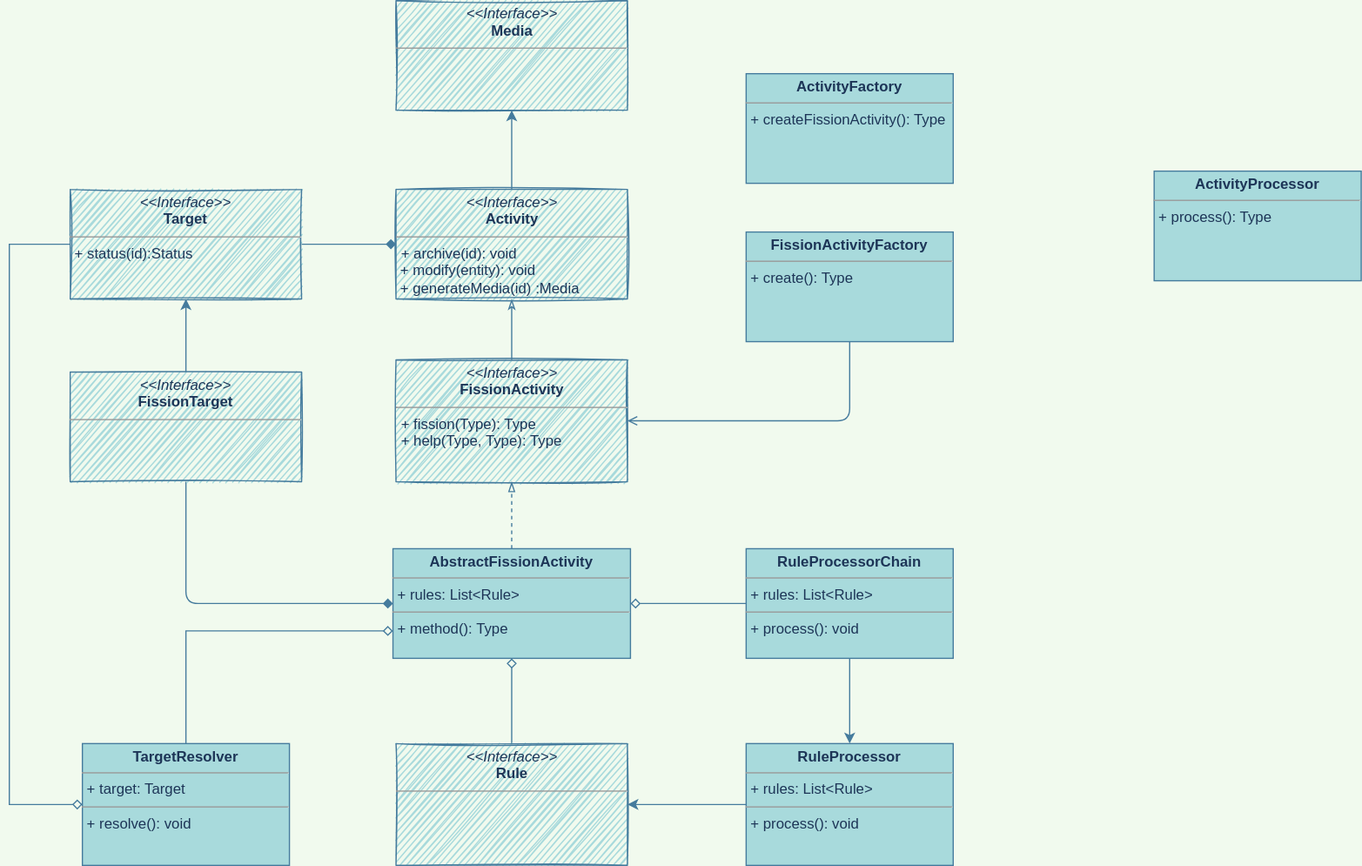
Earlier version of the draw.io export fission activity.svg (jingwux/diagrams). Source tidied: cells renumbered, new cells last; positions are measured from the earlier drawing's top-left corner, leaving out a move shared by most shapes.
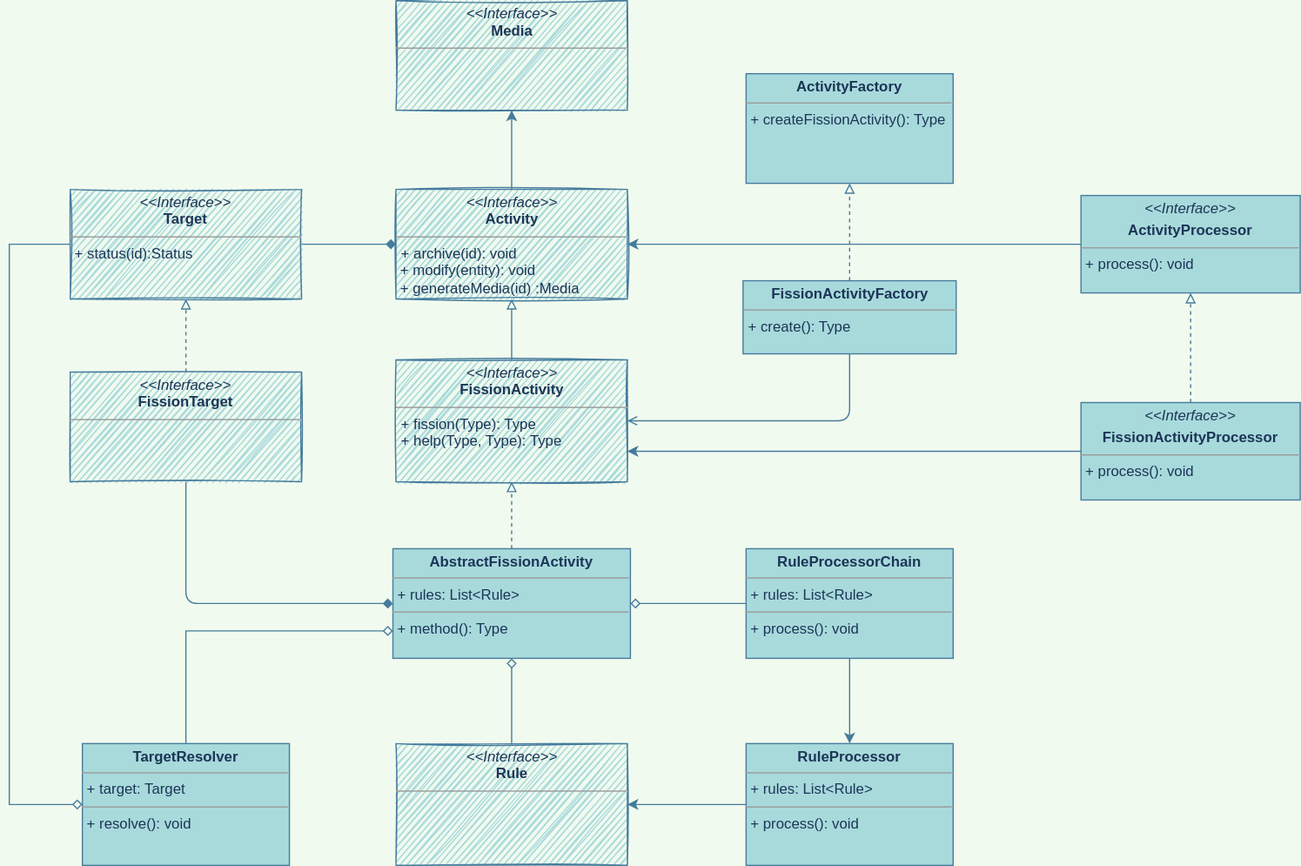
The same file after the commit.

Change to the diagram source:
```diff
@@ -2,7 +2,7 @@
   <root>
     <mxCell id="0" />
     <mxCell id="1" parent="0" />
-    <mxCell id="2" style="edgeStyle=orthogonalEdgeStyle;jettySize=auto;html=1;exitX=0.5;exitY=0;exitDx=0;exitDy=0;entryX=0.5;entryY=1;entryDx=0;entryDy=0;endArrow=classicThin;endFill=0;strokeColor=#457B9D;fontColor=#1D3557;labelBackgroundColor=#F1FAEE;" parent="1" edge="1" source="3" target="6">
+    <mxCell id="2" style="edgeStyle=orthogonalEdgeStyle;jettySize=auto;html=1;exitX=0.5;exitY=0;exitDx=0;exitDy=0;entryX=0.5;entryY=1;entryDx=0;entryDy=0;endArrow=block;endFill=0;strokeColor=#457B9D;fontColor=#1D3557;labelBackgroundColor=#F1FAEE;" parent="1" edge="1" source="3" target="6">
       <mxGeometry relative="1" as="geometry" />
     </mxCell>
     <mxCell id="3" value="&lt;p style=&quot;margin: 0px ; margin-top: 4px ; text-align: center&quot;&gt;&lt;i&gt;&amp;lt;&amp;lt;Interface&amp;gt;&amp;gt;&lt;/i&gt;&lt;br&gt;&lt;b&gt;FissionActivity&lt;/b&gt;&lt;/p&gt;&lt;hr size=&quot;1&quot;&gt;&lt;p style=&quot;margin: 0px ; margin-left: 4px&quot;&gt;&lt;/p&gt;&lt;p style=&quot;margin: 0px ; margin-left: 4px&quot;&gt;+ fission(Type): Type&lt;br&gt;+ help(Type, Type): Type&lt;/p&gt;" style="verticalAlign=top;align=left;overflow=fill;fontSize=12;fontFamily=Helvetica;html=1;strokeColor=#457B9D;fontColor=#1D3557;rounded=0;glass=0;sketch=1;fillColor=#A8DADC;" parent="1" vertex="1">
@@ -17,7 +17,7 @@
     <mxCell id="6" value="&lt;p style=&quot;margin: 0px ; margin-top: 4px ; text-align: center&quot;&gt;&lt;i&gt;&amp;lt;&amp;lt;Interface&amp;gt;&amp;gt;&lt;/i&gt;&lt;br&gt;&lt;b&gt;Activity&lt;/b&gt;&lt;/p&gt;&lt;hr size=&quot;1&quot;&gt;&lt;p style=&quot;margin: 0px ; margin-left: 4px&quot;&gt;&lt;/p&gt;&lt;p style=&quot;margin: 0px ; margin-left: 4px&quot;&gt;&lt;span&gt;+ archive(id): void&lt;/span&gt;&lt;br&gt;&lt;/p&gt;&amp;nbsp;+ modify(entity): void&lt;br&gt;&amp;nbsp;+ generateMedia(id) :Media" style="verticalAlign=top;align=left;overflow=fill;fontSize=12;fontFamily=Helvetica;html=1;fillColor=#A8DADC;strokeColor=#457B9D;fontColor=#1D3557;sketch=1;" parent="1" vertex="1">
       <mxGeometry x="317.5" y="155" width="190" height="90" as="geometry" />
     </mxCell>
-    <mxCell id="7" style="edgeStyle=orthogonalEdgeStyle;jettySize=auto;html=1;exitX=0.5;exitY=0;exitDx=0;exitDy=0;endArrow=blockThin;endFill=0;dashed=1;strokeColor=#457B9D;fontColor=#1D3557;labelBackgroundColor=#F1FAEE;" parent="1" edge="1" source="12" target="3">
+    <mxCell id="7" style="edgeStyle=orthogonalEdgeStyle;jettySize=auto;html=1;exitX=0.5;exitY=0;exitDx=0;exitDy=0;endArrow=block;endFill=0;dashed=1;strokeColor=#457B9D;fontColor=#1D3557;labelBackgroundColor=#F1FAEE;" parent="1" edge="1" source="12" target="3">
       <mxGeometry relative="1" as="geometry" />
     </mxCell>
     <mxCell id="8" style="edgeStyle=orthogonalEdgeStyle;rounded=1;jettySize=auto;html=1;entryX=0.5;entryY=1;entryDx=0;entryDy=0;endArrow=none;endFill=0;strokeColor=#457B9D;fontColor=#1D3557;startArrow=diamond;startFill=1;exitX=0;exitY=0.5;exitDx=0;exitDy=0;labelBackgroundColor=#F1FAEE;" parent="1" edge="1" source="12" target="14">
@@ -39,21 +39,25 @@
     <mxCell id="12" value="&lt;p style=&quot;margin: 0px ; margin-top: 4px ; text-align: center&quot;&gt;&lt;b&gt;AbstractFissionActivity&lt;/b&gt;&lt;/p&gt;&lt;hr size=&quot;1&quot;&gt;&lt;p style=&quot;margin: 0px ; margin-left: 4px&quot;&gt;+ rules: List&amp;lt;Rule&amp;gt;&lt;/p&gt;&lt;hr size=&quot;1&quot;&gt;&lt;p style=&quot;margin: 0px ; margin-left: 4px&quot;&gt;+ method(): Type&lt;/p&gt;" style="verticalAlign=top;align=left;overflow=fill;fontSize=12;fontFamily=Helvetica;html=1;fillColor=#A8DADC;strokeColor=#457B9D;fontColor=#1D3557;" parent="1" vertex="1">
       <mxGeometry x="315" y="450" width="195" height="90" as="geometry" />
     </mxCell>
-    <mxCell id="13" style="edgeStyle=orthogonalEdgeStyle;rounded=1;jettySize=auto;html=1;exitX=0.5;exitY=0;exitDx=0;exitDy=0;strokeColor=#457B9D;fontColor=#1D3557;labelBackgroundColor=#F1FAEE;" parent="1" edge="1" source="14" target="17">
+    <mxCell id="13" style="edgeStyle=orthogonalEdgeStyle;rounded=1;jettySize=auto;html=1;exitX=0.5;exitY=0;exitDx=0;exitDy=0;strokeColor=#457B9D;fontColor=#1D3557;labelBackgroundColor=#F1FAEE;dashed=1;endArrow=block;endFill=0;" parent="1" edge="1" source="14" target="17">
       <mxGeometry relative="1" as="geometry" />
     </mxCell>
     <mxCell id="14" value="&lt;p style=&quot;margin: 0px ; margin-top: 4px ; text-align: center&quot;&gt;&lt;i&gt;&amp;lt;&amp;lt;Interface&amp;gt;&amp;gt;&lt;/i&gt;&lt;br&gt;&lt;b&gt;FissionTarget&lt;/b&gt;&lt;/p&gt;&lt;hr size=&quot;1&quot;&gt;&lt;p style=&quot;margin: 0px ; margin-left: 4px&quot;&gt;&lt;/p&gt;&lt;p style=&quot;margin: 0px ; margin-left: 4px&quot;&gt;&lt;br&gt;&lt;/p&gt;" style="verticalAlign=top;align=left;overflow=fill;fontSize=12;fontFamily=Helvetica;html=1;strokeColor=#457B9D;fontColor=#1D3557;rounded=0;glass=0;sketch=1;fillColor=#A8DADC;" parent="1" vertex="1">
       <mxGeometry x="50" y="305" width="190" height="90" as="geometry" />
     </mxCell>
-    <mxCell id="15" style="edgeStyle=orthogonalEdgeStyle;rounded=1;jettySize=auto;html=1;exitX=0.5;exitY=1;exitDx=0;exitDy=0;entryX=1;entryY=0.5;entryDx=0;entryDy=0;fontColor=#1D3557;startArrow=none;startFill=0;endArrow=open;endFill=0;strokeColor=#457B9D;labelBackgroundColor=#F1FAEE;" parent="1" edge="1" source="16" target="3">
+    <mxCell id="15" style="edgeStyle=orthogonalEdgeStyle;rounded=1;jettySize=auto;html=1;entryX=1;entryY=0.5;entryDx=0;entryDy=0;fontColor=#1D3557;startArrow=none;startFill=0;endArrow=open;endFill=0;strokeColor=#457B9D;labelBackgroundColor=#F1FAEE;exitX=0.5;exitY=1;exitDx=0;exitDy=0;" parent="1" edge="1" source="16" target="3">
       <mxGeometry relative="1" as="geometry">
         <Array as="points">
+          <mxPoint x="690" y="280" />
           <mxPoint x="690" y="345" />
         </Array>
       </mxGeometry>
     </mxCell>
+    <mxCell id="28" style="edgeStyle=orthogonalEdgeStyle;curved=0;rounded=1;sketch=0;jettySize=auto;html=1;exitX=0.5;exitY=0;exitDx=0;exitDy=0;entryX=0.5;entryY=1;entryDx=0;entryDy=0;dashed=1;fontColor=#1D3557;endArrow=block;endFill=0;strokeColor=#457B9D;fillColor=#A8DADC;" parent="1" edge="1" source="16" target="27">
+      <mxGeometry relative="1" as="geometry" />
+    </mxCell>
-    <mxCell id="16" value="&lt;p style=&quot;margin: 0px ; margin-top: 4px ; text-align: center&quot;&gt;&lt;span style=&quot;font-weight: 700&quot;&gt;FissionActivityFactory&lt;/span&gt;&lt;br&gt;&lt;/p&gt;&lt;hr size=&quot;1&quot;&gt;&lt;p style=&quot;margin: 0px ; margin-left: 4px&quot;&gt;&lt;/p&gt;&lt;p style=&quot;margin: 0px ; margin-left: 4px&quot;&gt;+ create(): Type&lt;/p&gt;" style="verticalAlign=top;align=left;overflow=fill;fontSize=12;fontFamily=Helvetica;html=1;fillColor=#A8DADC;strokeColor=#457B9D;fontColor=#1D3557;" parent="1" vertex="1">
-      <mxGeometry x="605" y="190" width="170" height="90" as="geometry" />
+    <mxCell id="16" value="&lt;p style=&quot;margin: 0px ; margin-top: 4px ; text-align: center&quot;&gt;&lt;span style=&quot;font-weight: 700&quot;&gt;FissionActivityFactory&lt;/span&gt;&lt;br&gt;&lt;/p&gt;&lt;hr size=&quot;1&quot;&gt;&lt;p style=&quot;margin: 0px ; margin-left: 4px&quot;&gt;&lt;/p&gt;&lt;p style=&quot;margin: 0px ; margin-left: 4px&quot;&gt;+ create(): Type&lt;/p&gt;" style="verticalAlign=top;align=left;overflow=fill;fontSize=12;fontFamily=Helvetica;html=1;fillColor=#A8DADC;strokeColor=#457B9D;fontColor=#1D3557;sketch=0;" parent="1" vertex="1">
+      <mxGeometry x="602.5" y="230" width="175" height="60" as="geometry" />
     </mxCell>
     <mxCell id="17" value="&lt;p style=&quot;margin: 0px ; margin-top: 4px ; text-align: center&quot;&gt;&lt;i&gt;&amp;lt;&amp;lt;Interface&amp;gt;&amp;gt;&lt;/i&gt;&lt;br&gt;&lt;b&gt;Target&lt;/b&gt;&lt;/p&gt;&lt;hr size=&quot;1&quot;&gt;&lt;p style=&quot;margin: 0px ; margin-left: 4px&quot;&gt;&lt;/p&gt;&lt;p style=&quot;margin: 0px ; margin-left: 4px&quot;&gt;+ status(id):Status&lt;/p&gt;" style="verticalAlign=top;align=left;overflow=fill;fontSize=12;fontFamily=Helvetica;html=1;fontColor=#1D3557;rounded=0;glass=0;sketch=1;fillColor=#A8DADC;strokeColor=#457B9D;" parent="1" vertex="1">
       <mxGeometry x="50" y="155" width="190" height="90" as="geometry" />
@@ -87,11 +91,23 @@
     <mxCell id="25" value="&lt;p style=&quot;margin: 0px ; margin-top: 4px ; text-align: center&quot;&gt;&lt;b&gt;TargetResolver&lt;/b&gt;&lt;br&gt;&lt;/p&gt;&lt;hr size=&quot;1&quot;&gt;&lt;p style=&quot;margin: 0px ; margin-left: 4px&quot;&gt;+ target: Target&lt;/p&gt;&lt;hr size=&quot;1&quot;&gt;&lt;p style=&quot;margin: 0px ; margin-left: 4px&quot;&gt;+ resolve(): void&lt;/p&gt;" style="verticalAlign=top;align=left;overflow=fill;fontSize=12;fontFamily=Helvetica;html=1;rounded=0;fontColor=#1D3557;strokeColor=#457B9D;fillColor=#A8DADC;" parent="1" vertex="1">
       <mxGeometry x="60" y="610" width="170" height="100" as="geometry" />
     </mxCell>
+    <mxCell id="29" style="edgeStyle=orthogonalEdgeStyle;curved=0;rounded=1;sketch=0;jettySize=auto;html=1;exitX=0;exitY=0.5;exitDx=0;exitDy=0;entryX=1;entryY=0.5;entryDx=0;entryDy=0;fontColor=#1D3557;strokeColor=#457B9D;fillColor=#A8DADC;" parent="1" edge="1" source="26" target="6">
+      <mxGeometry relative="1" as="geometry" />
+    </mxCell>
-    <mxCell id="26" value="&lt;p style=&quot;margin: 0px ; margin-top: 4px ; text-align: center&quot;&gt;&lt;span style=&quot;font-weight: 700&quot;&gt;ActivityProcessor&lt;/span&gt;&lt;br&gt;&lt;/p&gt;&lt;hr size=&quot;1&quot;&gt;&lt;p style=&quot;margin: 0px ; margin-left: 4px&quot;&gt;&lt;/p&gt;&lt;p style=&quot;margin: 0px ; margin-left: 4px&quot;&gt;+ process(): Type&lt;/p&gt;" style="verticalAlign=top;align=left;overflow=fill;fontSize=12;fontFamily=Helvetica;html=1;fillColor=#A8DADC;strokeColor=#457B9D;fontColor=#1D3557;" parent="1" vertex="1">
-      <mxGeometry x="940" y="140" width="170" height="90" as="geometry" />
+    <mxCell id="26" value="&lt;p style=&quot;margin: 0px ; margin-top: 4px ; text-align: center&quot;&gt;&lt;i&gt;&amp;lt;&amp;lt;Interface&amp;gt;&amp;gt;&lt;/i&gt;&lt;span style=&quot;font-weight: 700&quot;&gt;&lt;br&gt;&lt;/span&gt;&lt;/p&gt;&lt;p style=&quot;margin: 0px ; margin-top: 4px ; text-align: center&quot;&gt;&lt;span style=&quot;font-weight: 700&quot;&gt;ActivityProcessor&lt;/span&gt;&lt;br&gt;&lt;/p&gt;&lt;hr size=&quot;1&quot;&gt;&lt;p style=&quot;margin: 0px ; margin-left: 4px&quot;&gt;&lt;/p&gt;&lt;p style=&quot;margin: 0px ; margin-left: 4px&quot;&gt;+ process(): void&lt;/p&gt;" style="verticalAlign=top;align=left;overflow=fill;fontSize=12;fontFamily=Helvetica;html=1;fillColor=#A8DADC;strokeColor=#457B9D;fontColor=#1D3557;" parent="1" vertex="1">
+      <mxGeometry x="880" y="160" width="180" height="80" as="geometry" />
     </mxCell>
     <mxCell id="27" value="&lt;p style=&quot;margin: 0px ; margin-top: 4px ; text-align: center&quot;&gt;&lt;span style=&quot;font-weight: 700&quot;&gt;ActivityFactory&lt;/span&gt;&lt;br&gt;&lt;/p&gt;&lt;hr size=&quot;1&quot;&gt;&lt;p style=&quot;margin: 0px ; margin-left: 4px&quot;&gt;&lt;/p&gt;&lt;p style=&quot;margin: 0px ; margin-left: 4px&quot;&gt;+ createFissionActivity(): Type&lt;/p&gt;" style="verticalAlign=top;align=left;overflow=fill;fontSize=12;fontFamily=Helvetica;html=1;fillColor=#A8DADC;strokeColor=#457B9D;fontColor=#1D3557;" parent="1" vertex="1">
       <mxGeometry x="605" y="60" width="170" height="90" as="geometry" />
     </mxCell>
+    <mxCell id="30" style="edgeStyle=orthogonalEdgeStyle;curved=0;rounded=1;sketch=0;jettySize=auto;html=1;exitX=0;exitY=0.5;exitDx=0;exitDy=0;entryX=1;entryY=0.75;entryDx=0;entryDy=0;fontColor=#1D3557;strokeColor=#457B9D;fillColor=#A8DADC;" parent="1" edge="1" source="32" target="3">
+      <mxGeometry relative="1" as="geometry" />
+    </mxCell>
+    <mxCell id="31" style="edgeStyle=orthogonalEdgeStyle;curved=0;rounded=1;sketch=0;jettySize=auto;html=1;exitX=0.5;exitY=0;exitDx=0;exitDy=0;entryX=0.5;entryY=1;entryDx=0;entryDy=0;fontColor=#1D3557;strokeColor=#457B9D;fillColor=#A8DADC;endArrow=block;endFill=0;dashed=1;" parent="1" edge="1" source="32" target="26">
+      <mxGeometry relative="1" as="geometry" />
+    </mxCell>
+    <mxCell id="32" value="&lt;p style=&quot;margin: 0px ; margin-top: 4px ; text-align: center&quot;&gt;&lt;i&gt;&amp;lt;&amp;lt;Interface&amp;gt;&amp;gt;&lt;/i&gt;&lt;span style=&quot;font-weight: 700&quot;&gt;&lt;br&gt;&lt;/span&gt;&lt;/p&gt;&lt;p style=&quot;margin: 0px ; margin-top: 4px ; text-align: center&quot;&gt;&lt;span style=&quot;font-weight: 700&quot;&gt;FissionActivityProcessor&lt;/span&gt;&lt;br&gt;&lt;/p&gt;&lt;hr size=&quot;1&quot;&gt;&lt;p style=&quot;margin: 0px ; margin-left: 4px&quot;&gt;&lt;/p&gt;&lt;p style=&quot;margin: 0px ; margin-left: 4px&quot;&gt;+ process(): void&lt;/p&gt;" style="verticalAlign=top;align=left;overflow=fill;fontSize=12;fontFamily=Helvetica;html=1;fillColor=#A8DADC;strokeColor=#457B9D;fontColor=#1D3557;" parent="1" vertex="1">
+      <mxGeometry x="880" y="330" width="180" height="80" as="geometry" />
+    </mxCell>
   </root>
 </mxGraphModel>
```
